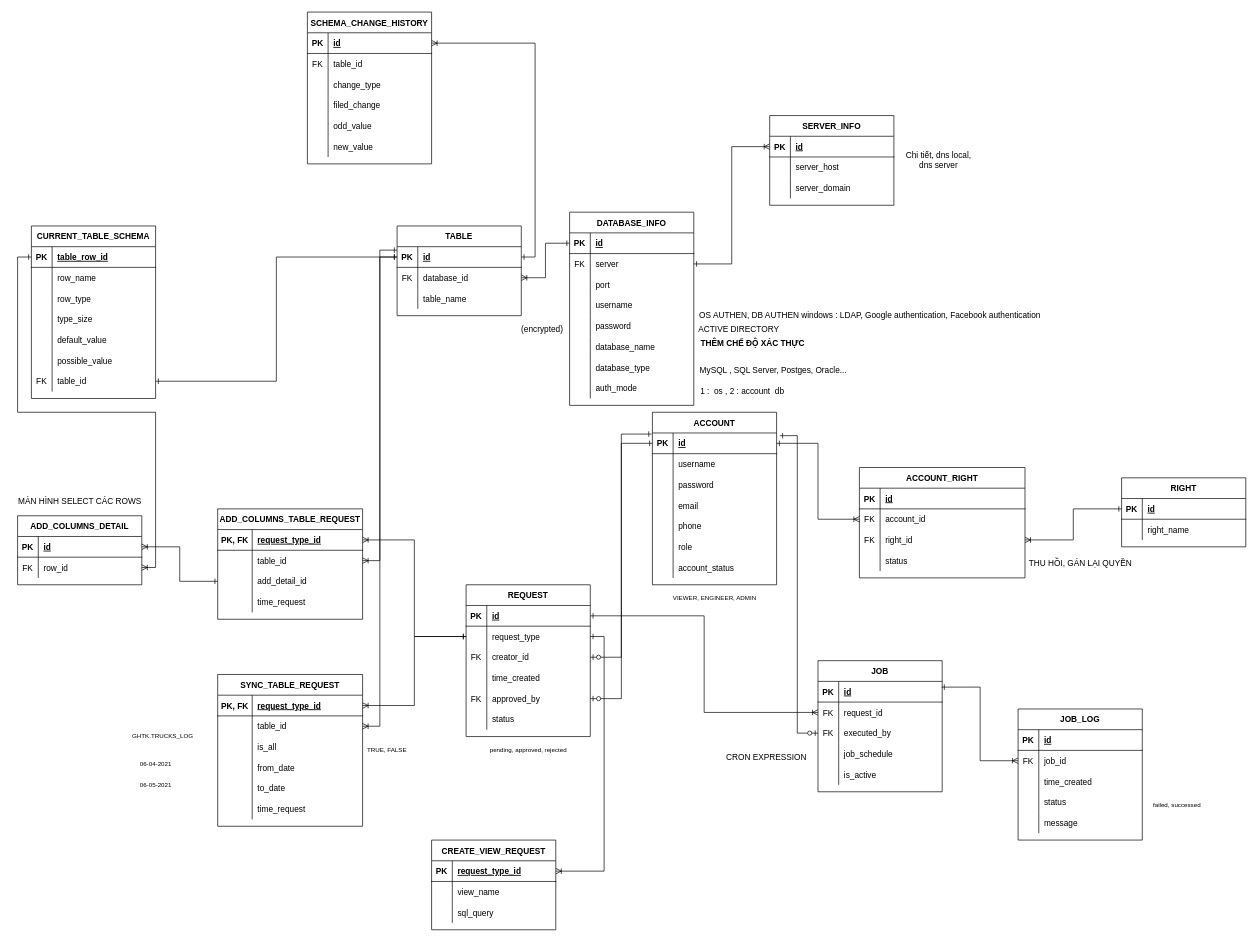
Earlier version of the draw.io diagram ERD/ERD_CAPSTONE.drawio (duynguyenfpt/CAPSTONE_PROTOTYPE). Source tidied: cells renumbered, new cells numbered last; positions are measured from the earlier drawing's top-left corner, leaving out a move shared by most shapes. Both pictures are drawn from the tidied source at 69%, with x=0, y=0 at pixel (14, 12).
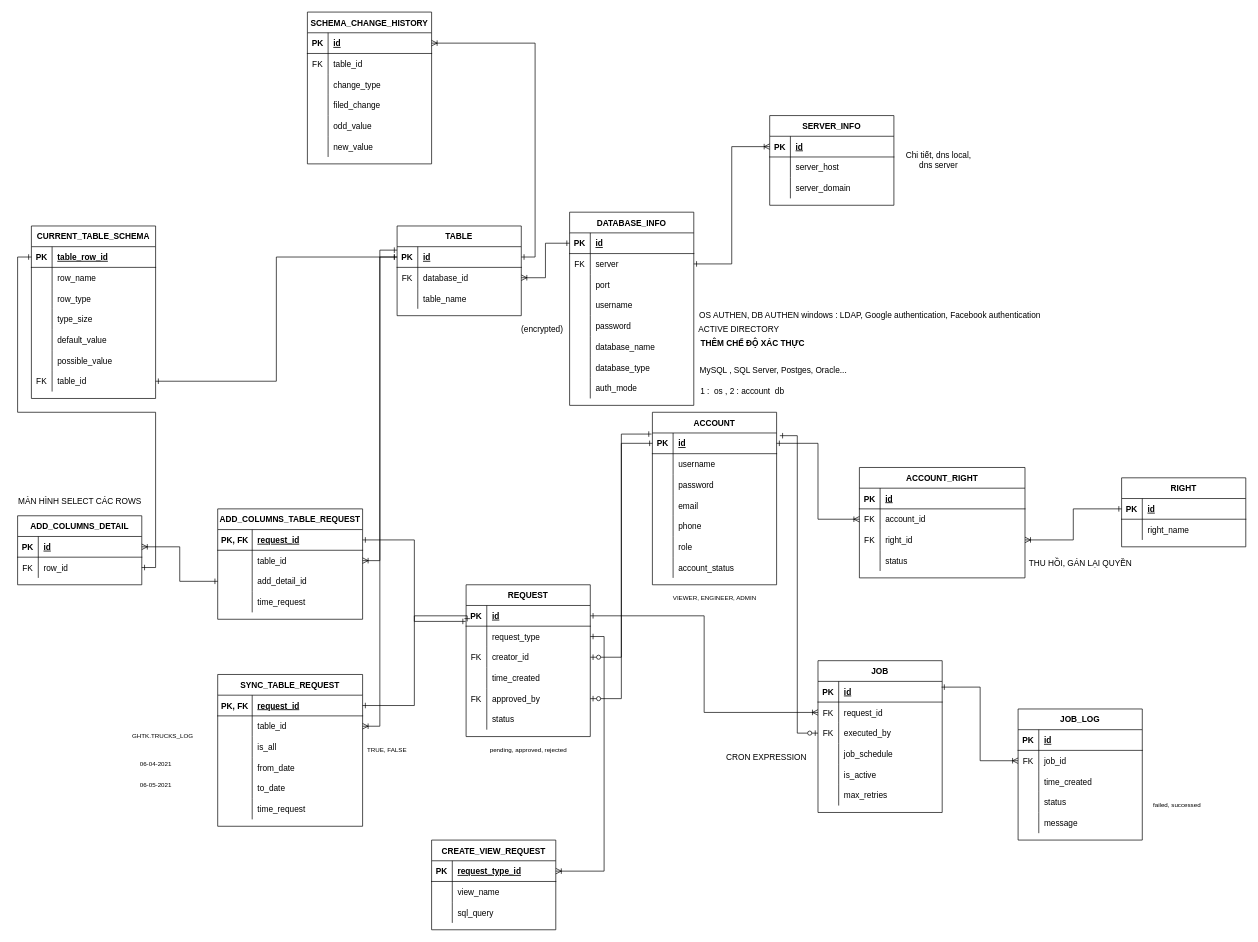
The same diagram, later.

Unchanged cells that the change refers to:
```xml
<mxCell id="3" style="shape=partialRectangle;fillColor=none;top=0;left=0;bottom=1;right=0;points=[[0,0.5],[1,0.5]];portConstraint=eastwest;" parent="2" vertex="1">
  <mxGeometry y="30" width="180" height="30" as="geometry" />
</mxCell>
<mxCell id="6" style="shape=partialRectangle;fillColor=none;top=0;left=0;bottom=0;right=0;points=[[0,0.5],[1,0.5]];portConstraint=eastwest;" parent="2" vertex="1">
  <mxGeometry y="60" width="180" height="30" as="geometry" />
</mxCell>
<mxCell id="22" style="shape=partialRectangle;fillColor=none;top=0;left=0;bottom=1;right=0;points=[[0,0.5],[1,0.5]];portConstraint=eastwest;" parent="21" vertex="1">
  <mxGeometry y="30" width="210" height="30" as="geometry" />
</mxCell>
<mxCell id="35" style="shape=partialRectangle;fillColor=none;top=0;left=0;bottom=1;right=0;points=[[0,0.5],[1,0.5]];portConstraint=eastwest;" parent="34" vertex="1">
  <mxGeometry y="30" width="210" height="30" as="geometry" />
</mxCell>
<mxCell id="67" style="shape=partialRectangle;fillColor=none;top=0;left=0;bottom=0;right=0;points=[[0,0.5],[1,0.5]];portConstraint=eastwest;" parent="63" vertex="1">
  <mxGeometry y="60" width="180" height="30" as="geometry" />
</mxCell>
<mxCell id="72" style="shape=partialRectangle;fillColor=none;top=0;left=0;bottom=1;right=0;points=[[0,0.5],[1,0.5]];portConstraint=eastwest;" parent="71" vertex="1">
  <mxGeometry y="30" width="180" height="30" as="geometry" />
</mxCell>
```

Change to the diagram source:
```diff
@@
-    <mxCell id="24" value="request_type_id" style="shape=partialRectangle;fillColor=none;top=0;left=0;bottom=0;right=0;align=left;spacingLeft=6;fontStyle=5;overflow=hidden;" parent="22" vertex="1">
+    <mxCell id="24" value="request_id" style="shape=partialRectangle;fillColor=none;top=0;left=0;bottom=0;right=0;align=left;spacingLeft=6;fontStyle=5;overflow=hidden;" parent="22" vertex="1">
       <mxGeometry x="50" width="160" height="30" as="geometry" />
     </mxCell>
@@
-    <mxCell id="37" value="request_type_id" style="shape=partialRectangle;fillColor=none;top=0;left=0;bottom=0;right=0;align=left;spacingLeft=6;fontStyle=5;overflow=hidden;" parent="35" vertex="1">
+    <mxCell id="37" value="request_id" style="shape=partialRectangle;fillColor=none;top=0;left=0;bottom=0;right=0;align=left;spacingLeft=6;fontStyle=5;overflow=hidden;" parent="35" vertex="1">
       <mxGeometry x="50" width="160" height="30" as="geometry" />
     </mxCell>
@@
     <mxCell id="204" value="JOB" style="shape=table;startSize=30;childLayout=tableLayout;rowLines=0;fontStyle=1;align=center;" parent="1" vertex="1">
-      <mxGeometry x="1165" y="940" width="180" height="190" as="geometry" />
+      <mxGeometry x="1165" y="940" width="180" height="220" as="geometry" />
     </mxCell>
@@
+    <mxCell id="265" style="shape=partialRectangle;fillColor=none;top=0;left=0;bottom=0;right=0;" parent="204" vertex="1">
+      <mxGeometry y="180" width="180" height="30" as="geometry" />
+    </mxCell>
+    <mxCell id="266" style="shape=partialRectangle;fillColor=none;top=0;left=0;bottom=0;right=0;overflow=hidden;" parent="265" vertex="1">
+      <mxGeometry width="30" height="30" as="geometry" />
+    </mxCell>
+    <mxCell id="267" value="max_retries" style="shape=partialRectangle;fillColor=none;top=0;left=0;bottom=0;right=0;align=left;spacingLeft=6;overflow=hidden;" parent="265" vertex="1">
+      <mxGeometry x="30" width="150" height="30" as="geometry" />
+    </mxCell>
@@
-    <mxCell id="249" style="edgeStyle=orthogonalEdgeStyle;rounded=0;jettySize=auto;html=1;startArrow=ERoneToMany;startFill=0;endArrow=ERone;endFill=0;" parent="1" edge="1" source="35" target="6">
-      <mxGeometry relative="1" as="geometry" />
-    </mxCell>
-    <mxCell id="250" style="edgeStyle=orthogonalEdgeStyle;rounded=0;jettySize=auto;html=1;entryX=0;entryY=0.5;entryDx=0;entryDy=0;startArrow=ERoneToMany;startFill=0;endArrow=ERone;endFill=0;" parent="1" edge="1" source="22" target="6">
-      <mxGeometry relative="1" as="geometry" />
-    </mxCell>
@@
-    <mxCell id="252" style="edgeStyle=orthogonalEdgeStyle;rounded=0;jettySize=auto;html=1;entryX=0;entryY=0.5;entryDx=0;entryDy=0;startArrow=ERoneToMany;startFill=0;endArrow=ERone;endFill=0;" parent="1" edge="1" source="67" target="72">
+    <mxCell id="252" style="edgeStyle=orthogonalEdgeStyle;rounded=0;jettySize=auto;html=1;entryX=0;entryY=0.5;entryDx=0;entryDy=0;startArrow=ERone;startFill=0;endArrow=ERone;endFill=0;" parent="1" edge="1" source="67" target="72">
       <mxGeometry relative="1" as="geometry" />
     </mxCell>
@@
+    <mxCell id="268" style="edgeStyle=orthogonalEdgeStyle;rounded=0;jettySize=auto;html=1;entryX=-0.004;entryY=0.769;entryDx=0;entryDy=0;entryPerimeter=0;startArrow=ERone;startFill=0;endArrow=ERone;endFill=0;" parent="1" edge="1" source="22" target="3">
+      <mxGeometry relative="1" as="geometry" />
+    </mxCell>
+    <mxCell id="269" style="edgeStyle=orthogonalEdgeStyle;rounded=0;jettySize=auto;html=1;entryX=0.009;entryY=0.769;entryDx=0;entryDy=0;entryPerimeter=0;startArrow=ERone;startFill=0;endArrow=ERone;endFill=0;" parent="1" edge="1" source="35" target="3">
+      <mxGeometry relative="1" as="geometry">
+        <Array as="points">
+          <mxPoint x="580" y="1005" />
+          <mxPoint x="580" y="875" />
+          <mxPoint x="657" y="875" />
+        </Array>
+      </mxGeometry>
+    </mxCell>
```
